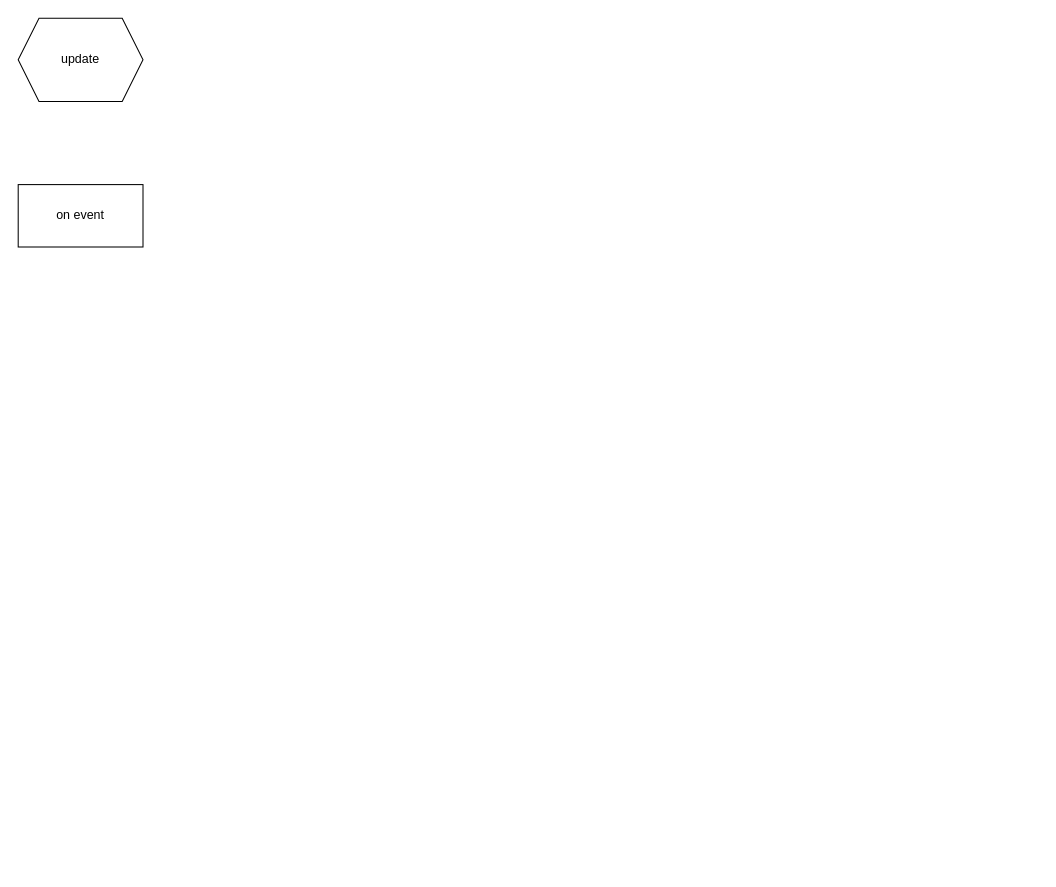
The draw.io diagram page "update" (3 of 5) of Untitled Diagram.drawio in exciting-supervisord/supervisor, before the edit. Source tidied: cells renumbered, new cells numbered last; positions are measured from the earlier drawing's top-left corner, leaving out a move shared by most shapes. Both pictures are drawn from the tidied source at 104%, with x=0, y=0 at pixel (18, 18).
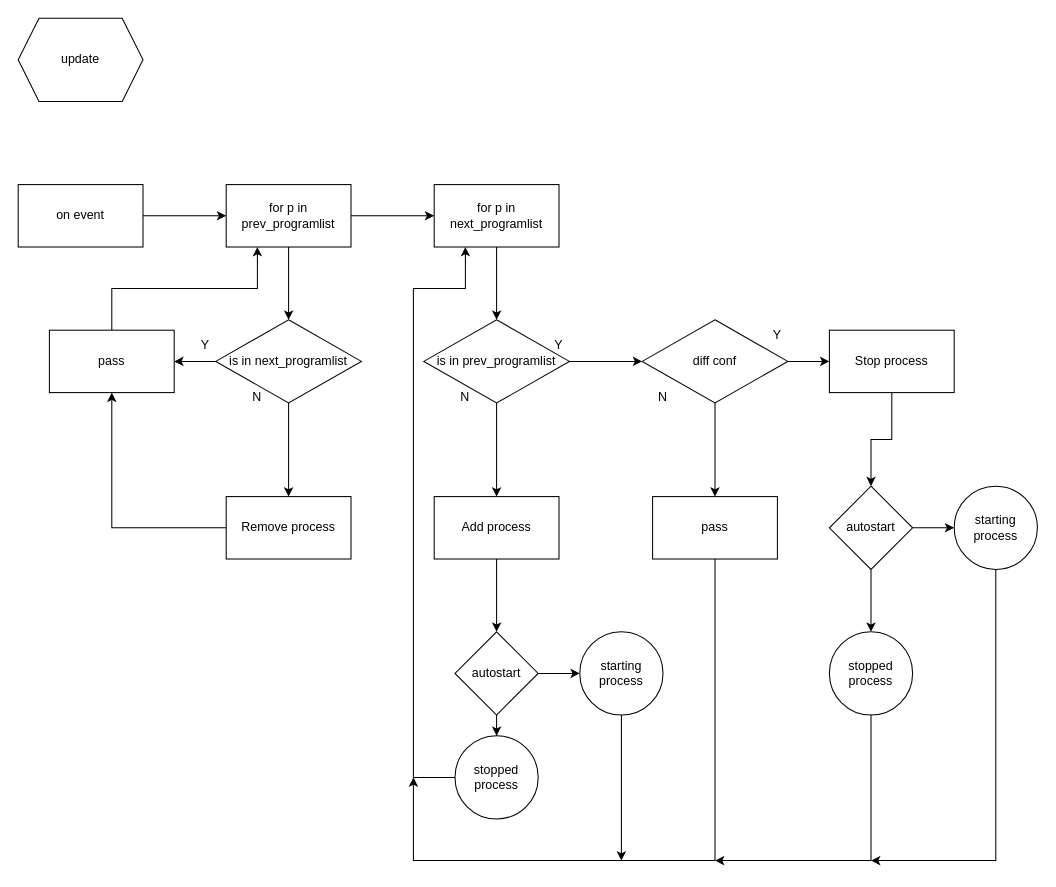
Above is the later version.

Unchanged cells that the change refers to:
```xml
<mxCell id="3" value="on event" style="rounded=0;whiteSpace=wrap;html=1;" parent="1" vertex="1">
  <mxGeometry y="160" width="120" height="60" as="geometry" />
</mxCell>
```

What changed in the source:
```diff
@@
+    <mxCell id="4" style="edgeStyle=orthogonalEdgeStyle;rounded=0;jettySize=auto;html=1;" parent="1" edge="1" source="3" target="7">
+      <mxGeometry relative="1" as="geometry" />
+    </mxCell>
@@
+    <mxCell id="5" style="edgeStyle=orthogonalEdgeStyle;rounded=0;jettySize=auto;html=1;" parent="1" edge="1" source="7" target="10">
+      <mxGeometry relative="1" as="geometry" />
+    </mxCell>
+    <mxCell id="6" style="edgeStyle=orthogonalEdgeStyle;rounded=0;jettySize=auto;html=1;" parent="1" edge="1" source="7" target="16">
+      <mxGeometry relative="1" as="geometry" />
+    </mxCell>
+    <mxCell id="7" value="for p in prev_programlist" style="rounded=0;whiteSpace=wrap;html=1;" parent="1" vertex="1">
+      <mxGeometry x="200" y="160" width="120" height="60" as="geometry" />
+    </mxCell>
+    <mxCell id="8" style="edgeStyle=orthogonalEdgeStyle;rounded=0;jettySize=auto;html=1;" parent="1" edge="1" source="10" target="12">
+      <mxGeometry relative="1" as="geometry" />
+    </mxCell>
+    <mxCell id="9" style="edgeStyle=orthogonalEdgeStyle;rounded=0;jettySize=auto;html=1;" parent="1" edge="1" source="10" target="14">
+      <mxGeometry relative="1" as="geometry" />
+    </mxCell>
+    <mxCell id="10" value="is in next_programlist" style="rhombus;whiteSpace=wrap;html=1;rounded=0;" parent="1" vertex="1">
+      <mxGeometry x="190" y="290" width="140" height="80" as="geometry" />
+    </mxCell>
+    <mxCell id="11" style="edgeStyle=orthogonalEdgeStyle;rounded=0;jettySize=auto;html=1;exitX=0.5;exitY=0;exitDx=0;exitDy=0;entryX=0.25;entryY=1;entryDx=0;entryDy=0;" parent="1" edge="1" source="12" target="7">
+      <mxGeometry relative="1" as="geometry" />
+    </mxCell>
+    <mxCell id="12" value="pass" style="rounded=0;whiteSpace=wrap;html=1;" parent="1" vertex="1">
+      <mxGeometry x="30" y="300" width="120" height="60" as="geometry" />
+    </mxCell>
+    <mxCell id="13" style="edgeStyle=orthogonalEdgeStyle;rounded=0;jettySize=auto;html=1;exitX=0;exitY=0.5;exitDx=0;exitDy=0;entryX=0.5;entryY=1;entryDx=0;entryDy=0;" parent="1" edge="1" source="14" target="12">
+      <mxGeometry relative="1" as="geometry" />
+    </mxCell>
+    <mxCell id="14" value="Remove process" style="whiteSpace=wrap;html=1;rounded=0;" parent="1" vertex="1">
+      <mxGeometry x="200" y="460" width="120" height="60" as="geometry" />
+    </mxCell>
+    <mxCell id="15" style="edgeStyle=orthogonalEdgeStyle;rounded=0;jettySize=auto;html=1;" parent="1" edge="1" source="16" target="19">
+      <mxGeometry relative="1" as="geometry" />
+    </mxCell>
+    <mxCell id="16" value="for p in next_programlist" style="whiteSpace=wrap;html=1;rounded=0;" parent="1" vertex="1">
+      <mxGeometry x="400" y="160" width="120" height="60" as="geometry" />
+    </mxCell>
+    <mxCell id="17" style="edgeStyle=orthogonalEdgeStyle;rounded=0;jettySize=auto;html=1;" parent="1" edge="1" source="19" target="21">
+      <mxGeometry relative="1" as="geometry" />
+    </mxCell>
+    <mxCell id="18" style="edgeStyle=orthogonalEdgeStyle;rounded=0;jettySize=auto;html=1;" parent="1" edge="1" source="19" target="28">
+      <mxGeometry relative="1" as="geometry" />
+    </mxCell>
+    <mxCell id="19" value="is in prev_programlist" style="rhombus;whiteSpace=wrap;html=1;rounded=0;" parent="1" vertex="1">
+      <mxGeometry x="390" y="290" width="140" height="80" as="geometry" />
+    </mxCell>
+    <mxCell id="20" style="edgeStyle=orthogonalEdgeStyle;rounded=0;jettySize=auto;html=1;" parent="1" edge="1" source="21" target="35">
+      <mxGeometry relative="1" as="geometry" />
+    </mxCell>
+    <mxCell id="21" value="Add process" style="whiteSpace=wrap;html=1;rounded=0;" parent="1" vertex="1">
+      <mxGeometry x="400" y="460" width="120" height="60" as="geometry" />
+    </mxCell>
+    <mxCell id="22" value="Y" style="text;html=1;strokeColor=none;fillColor=none;align=center;verticalAlign=middle;whiteSpace=wrap;rounded=0;" parent="1" vertex="1">
+      <mxGeometry x="150" y="300" width="60" height="30" as="geometry" />
+    </mxCell>
+    <mxCell id="23" value="N" style="text;html=1;strokeColor=none;fillColor=none;align=center;verticalAlign=middle;whiteSpace=wrap;rounded=0;" parent="1" vertex="1">
+      <mxGeometry x="200" y="350" width="60" height="30" as="geometry" />
+    </mxCell>
+    <mxCell id="24" value="N" style="text;html=1;strokeColor=none;fillColor=none;align=center;verticalAlign=middle;whiteSpace=wrap;rounded=0;" parent="1" vertex="1">
+      <mxGeometry x="400" y="350" width="60" height="30" as="geometry" />
+    </mxCell>
+    <mxCell id="25" value="Y" style="text;html=1;strokeColor=none;fillColor=none;align=center;verticalAlign=middle;whiteSpace=wrap;rounded=0;" parent="1" vertex="1">
+      <mxGeometry x="490" y="300" width="60" height="30" as="geometry" />
+    </mxCell>
+    <mxCell id="26" style="edgeStyle=orthogonalEdgeStyle;rounded=0;jettySize=auto;html=1;" parent="1" edge="1" source="28" target="30">
+      <mxGeometry relative="1" as="geometry" />
+    </mxCell>
+    <mxCell id="27" style="edgeStyle=orthogonalEdgeStyle;rounded=0;jettySize=auto;html=1;" parent="1" edge="1" source="28" target="32">
+      <mxGeometry relative="1" as="geometry" />
+    </mxCell>
+    <mxCell id="28" value="diff conf" style="rhombus;whiteSpace=wrap;html=1;rounded=0;" parent="1" vertex="1">
+      <mxGeometry x="600" y="290" width="140" height="80" as="geometry" />
+    </mxCell>
+    <mxCell id="29" style="edgeStyle=orthogonalEdgeStyle;rounded=0;jettySize=auto;html=1;exitX=0.5;exitY=1;exitDx=0;exitDy=0;" parent="1" edge="1" source="30">
+      <mxGeometry relative="1" as="geometry">
+        <mxPoint x="380" y="730" as="targetPoint" />
+        <Array as="points">
+          <mxPoint x="670" y="810" />
+          <mxPoint x="380" y="810" />
+        </Array>
+      </mxGeometry>
+    </mxCell>
+    <mxCell id="30" value="pass" style="whiteSpace=wrap;html=1;rounded=0;" parent="1" vertex="1">
+      <mxGeometry x="610" y="460" width="120" height="60" as="geometry" />
+    </mxCell>
+    <mxCell id="31" style="edgeStyle=orthogonalEdgeStyle;rounded=0;jettySize=auto;html=1;exitX=0.5;exitY=1;exitDx=0;exitDy=0;entryX=0.5;entryY=0;entryDx=0;entryDy=0;" parent="1" edge="1" source="32" target="44">
+      <mxGeometry relative="1" as="geometry" />
+    </mxCell>
+    <mxCell id="32" value="Stop process" style="whiteSpace=wrap;html=1;rounded=0;" parent="1" vertex="1">
+      <mxGeometry x="780" y="300" width="120" height="60" as="geometry" />
+    </mxCell>
+    <mxCell id="33" style="edgeStyle=orthogonalEdgeStyle;rounded=0;jettySize=auto;html=1;" parent="1" edge="1" source="35" target="37">
+      <mxGeometry relative="1" as="geometry" />
+    </mxCell>
+    <mxCell id="34" style="edgeStyle=orthogonalEdgeStyle;rounded=0;jettySize=auto;html=1;" parent="1" edge="1" source="35" target="39">
+      <mxGeometry relative="1" as="geometry" />
+    </mxCell>
+    <mxCell id="35" value="autostart" style="rhombus;whiteSpace=wrap;html=1;rounded=0;" parent="1" vertex="1">
+      <mxGeometry x="420" y="590" width="80" height="80" as="geometry" />
+    </mxCell>
+    <mxCell id="36" style="edgeStyle=orthogonalEdgeStyle;rounded=0;jettySize=auto;html=1;exitX=0.5;exitY=1;exitDx=0;exitDy=0;" parent="1" edge="1" source="37">
+      <mxGeometry relative="1" as="geometry">
+        <mxPoint x="580" y="810" as="targetPoint" />
+        <Array as="points">
+          <mxPoint x="580" y="810" />
+          <mxPoint x="580" y="810" />
+        </Array>
+      </mxGeometry>
+    </mxCell>
+    <mxCell id="37" value="starting process" style="ellipse;whiteSpace=wrap;html=1;rounded=0;" parent="1" vertex="1">
+      <mxGeometry x="540" y="590" width="80" height="80" as="geometry" />
+    </mxCell>
+    <mxCell id="38" style="edgeStyle=orthogonalEdgeStyle;rounded=0;jettySize=auto;html=1;exitX=0;exitY=0.5;exitDx=0;exitDy=0;entryX=0.25;entryY=1;entryDx=0;entryDy=0;" parent="1" edge="1" source="39" target="16">
+      <mxGeometry relative="1" as="geometry">
+        <Array as="points">
+          <mxPoint x="380" y="730" />
+          <mxPoint x="380" y="260" />
+          <mxPoint x="430" y="260" />
+        </Array>
+      </mxGeometry>
+    </mxCell>
+    <mxCell id="39" value="stopped process" style="ellipse;whiteSpace=wrap;html=1;rounded=0;" parent="1" vertex="1">
+      <mxGeometry x="420" y="690" width="80" height="80" as="geometry" />
+    </mxCell>
+    <mxCell id="40" value="Y" style="text;html=1;strokeColor=none;fillColor=none;align=center;verticalAlign=middle;whiteSpace=wrap;rounded=0;" parent="1" vertex="1">
+      <mxGeometry x="700" y="290" width="60" height="30" as="geometry" />
+    </mxCell>
+    <mxCell id="41" value="N" style="text;html=1;strokeColor=none;fillColor=none;align=center;verticalAlign=middle;whiteSpace=wrap;rounded=0;" parent="1" vertex="1">
+      <mxGeometry x="590" y="350" width="60" height="30" as="geometry" />
+    </mxCell>
+    <mxCell id="42" style="edgeStyle=orthogonalEdgeStyle;rounded=0;jettySize=auto;html=1;" parent="1" edge="1" source="44" target="46">
+      <mxGeometry relative="1" as="geometry" />
+    </mxCell>
+    <mxCell id="43" style="edgeStyle=orthogonalEdgeStyle;rounded=0;jettySize=auto;html=1;" parent="1" edge="1" source="44" target="48">
+      <mxGeometry relative="1" as="geometry" />
+    </mxCell>
+    <mxCell id="44" value="autostart" style="rhombus;whiteSpace=wrap;html=1;rounded=0;" parent="1" vertex="1">
+      <mxGeometry x="780" y="450" width="80" height="80" as="geometry" />
+    </mxCell>
+    <mxCell id="45" style="edgeStyle=orthogonalEdgeStyle;rounded=0;jettySize=auto;html=1;exitX=0.5;exitY=1;exitDx=0;exitDy=0;" parent="1" edge="1" source="46">
+      <mxGeometry relative="1" as="geometry">
+        <mxPoint x="820" y="810" as="targetPoint" />
+        <Array as="points">
+          <mxPoint x="940" y="810" />
+        </Array>
+      </mxGeometry>
+    </mxCell>
+    <mxCell id="46" value="starting process" style="ellipse;whiteSpace=wrap;html=1;rounded=0;" parent="1" vertex="1">
+      <mxGeometry x="900" y="450" width="80" height="80" as="geometry" />
+    </mxCell>
+    <mxCell id="47" style="edgeStyle=orthogonalEdgeStyle;rounded=0;jettySize=auto;html=1;exitX=0.5;exitY=1;exitDx=0;exitDy=0;" parent="1" edge="1" source="48">
+      <mxGeometry relative="1" as="geometry">
+        <mxPoint x="670" y="810" as="targetPoint" />
+        <Array as="points">
+          <mxPoint x="820" y="810" />
+        </Array>
+      </mxGeometry>
+    </mxCell>
+    <mxCell id="48" value="stopped process" style="ellipse;whiteSpace=wrap;html=1;rounded=0;" parent="1" vertex="1">
+      <mxGeometry x="780" y="590" width="80" height="80" as="geometry" />
+    </mxCell>
```
